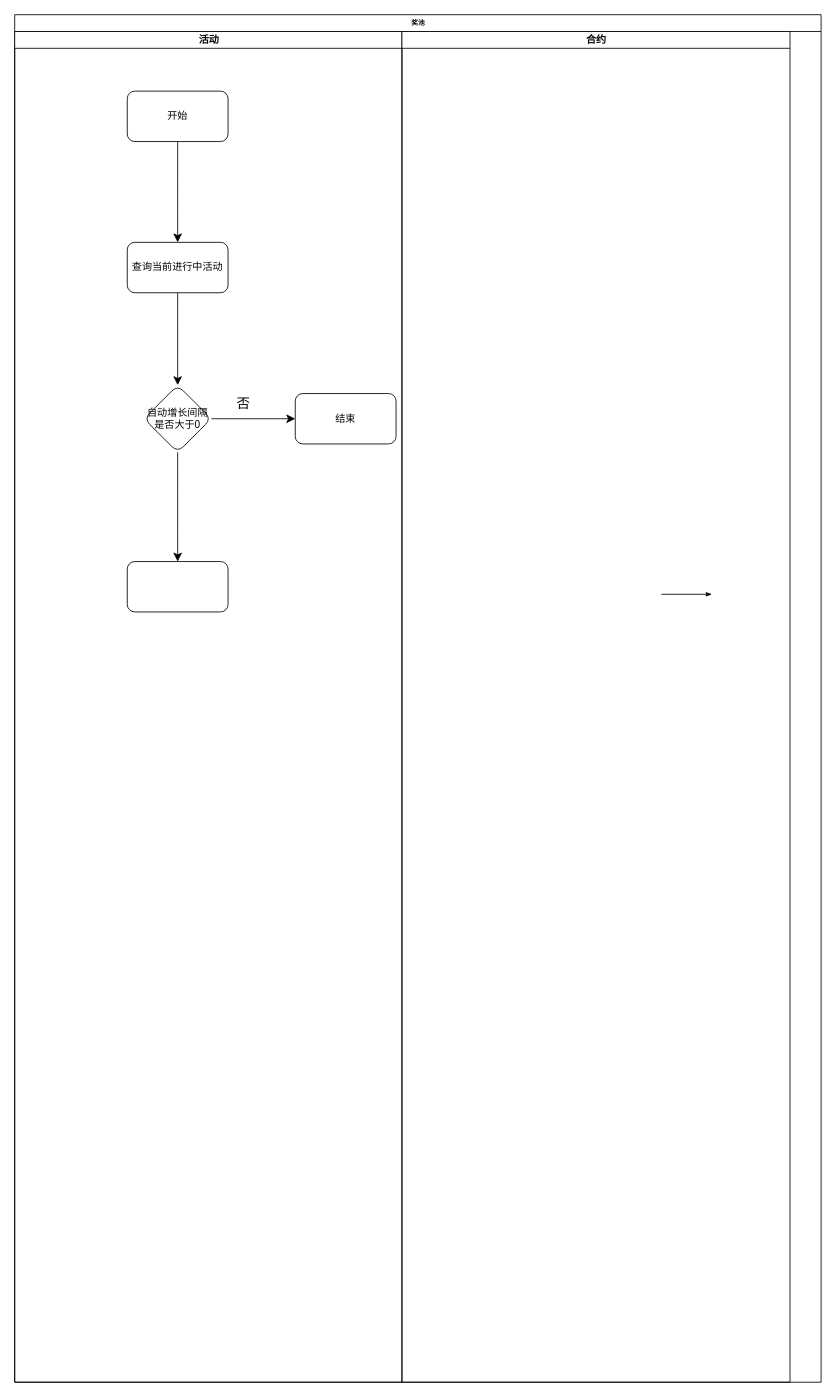
This is 合约交易赛-奖池.drawio from xu-xiwei/drawio, a draw.io file, before an edit. Source tidied: cells renumbered, new cells numbered last; positions are measured from the earlier drawing's top-left corner, leaving out a move shared by most shapes. Both pictures are drawn from the tidied source at 84%, with x=0, y=0 at pixel (14, 14).
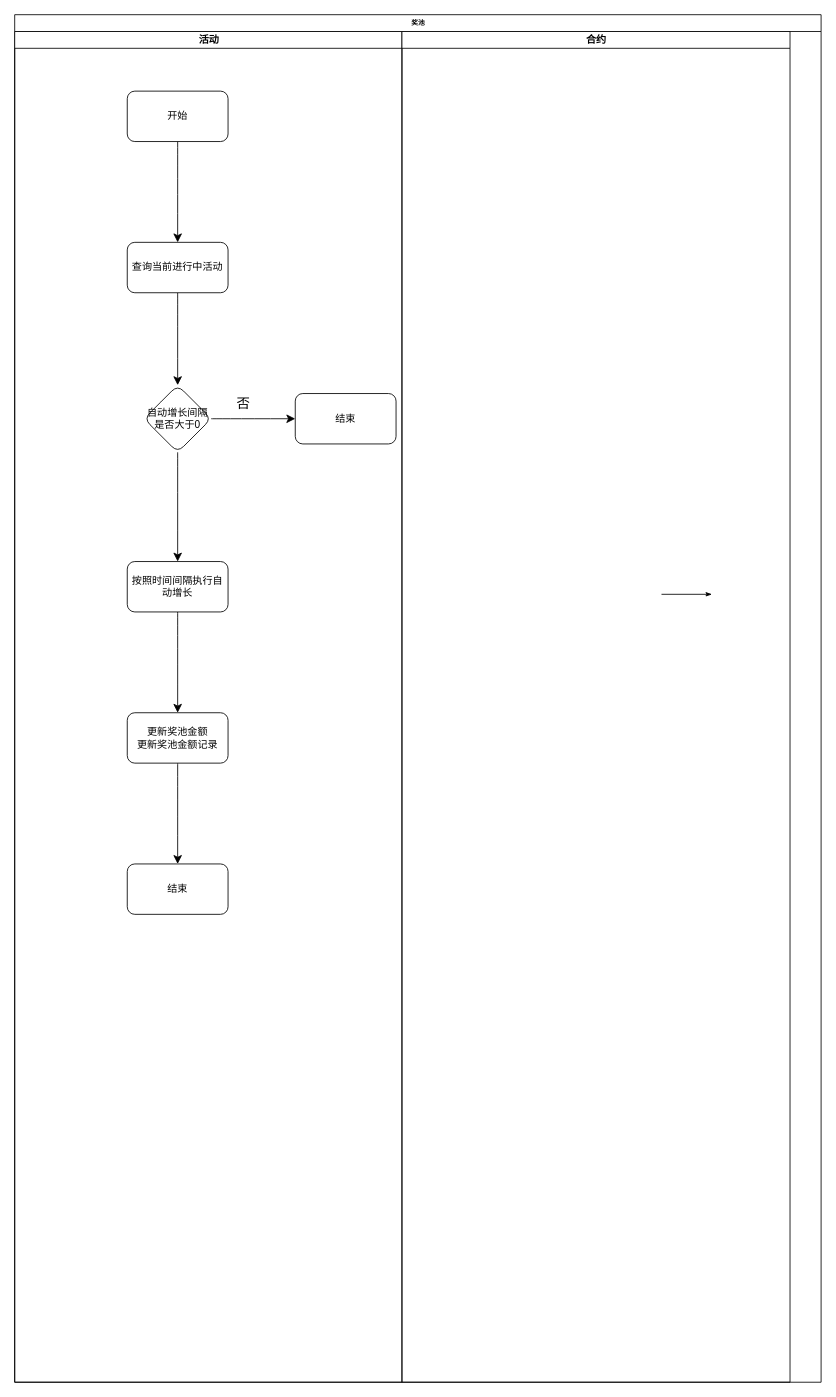
Above is the later version.

Commit message (it also covers changes not shown here):
更新合约交易赛-奖池.drawio

The change refers to these unchanged cells:
```xml
<mxCell id="4" value="活动" style="swimlane;html=1;startSize=20;" parent="2" vertex="1">
  <mxGeometry y="20" width="461" height="1608" as="geometry" />
</mxCell>
```

Diff of the diagram source:
```diff
@@
+    <mxCell id="16" style="edgeStyle=none;curved=1;rounded=0;jettySize=auto;html=1;fontSize=12;startSize=8;endSize=8;" parent="4" edge="1" source="13" target="18">
+      <mxGeometry relative="1" as="geometry" />
+    </mxCell>
-    <mxCell id="13" style="whiteSpace=wrap;html=1;rounded=1;" parent="4" vertex="1">
+    <mxCell id="13" value="按照时间间隔执行自动增长" style="whiteSpace=wrap;html=1;rounded=1;" parent="4" vertex="1">
       <mxGeometry x="134" y="631" width="120" height="60" as="geometry" />
     </mxCell>
+    <mxCell id="17" style="edgeStyle=none;curved=1;rounded=0;jettySize=auto;html=1;fontSize=12;startSize=8;endSize=8;" parent="4" edge="1" source="18" target="19">
+      <mxGeometry relative="1" as="geometry" />
+    </mxCell>
+    <mxCell id="18" value="更新奖池金额&lt;div&gt;更新奖池金额记录&lt;/div&gt;" style="whiteSpace=wrap;html=1;rounded=1;" parent="4" vertex="1">
+      <mxGeometry x="134" y="811" width="120" height="60" as="geometry" />
+    </mxCell>
+    <mxCell id="19" value="结束" style="whiteSpace=wrap;html=1;rounded=1;" parent="4" vertex="1">
+      <mxGeometry x="134" y="991" width="120" height="60" as="geometry" />
+    </mxCell>
```
